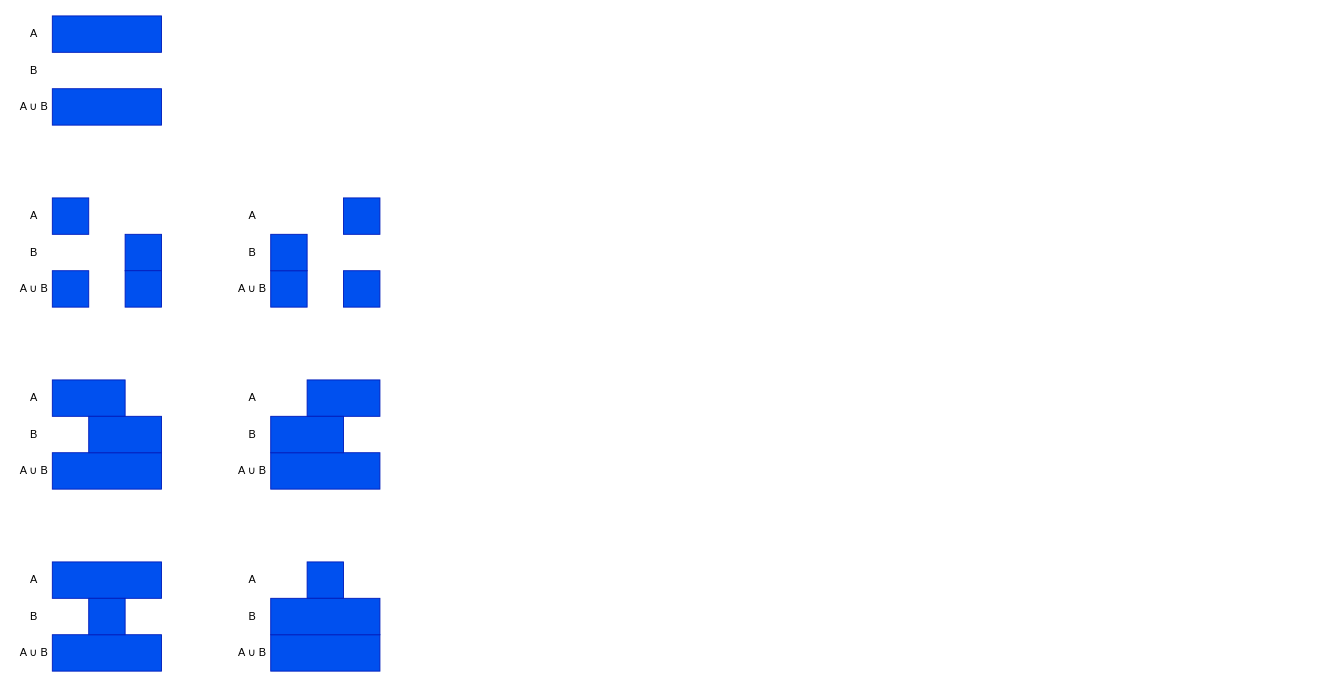
yolisses/time-constraints keeps this draw.io diagram as src/SimpleTimeInterval.drawio. Above is the earlier version. Source tidied: cells renumbered, new cells numbered last; positions are measured from the earlier drawing's top-left corner, leaving out a move shared by most shapes. Both pictures are drawn from the tidied source at 91%, with x=0, y=0 at pixel (-12, 15).
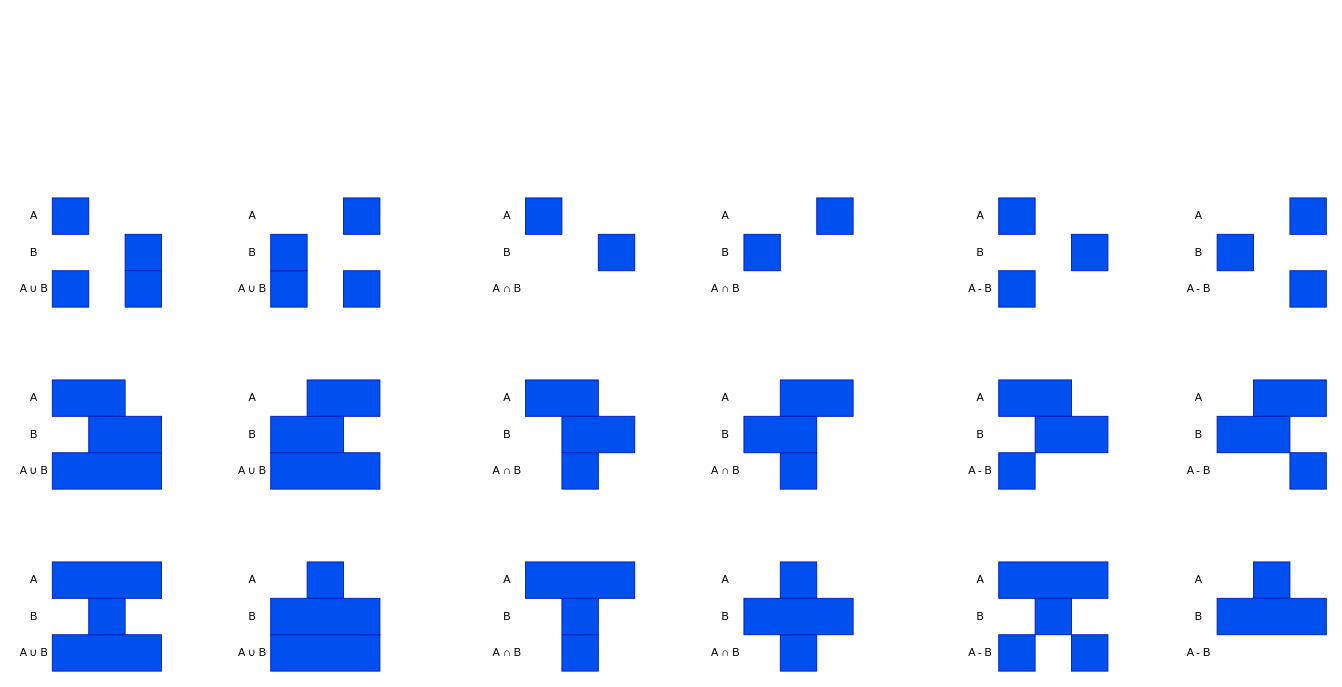
The same diagram, later.

What changed in the source:
```diff
@@
-    <mxCell id="2" style="rounded=0;whiteSpace=wrap;html=1;fillColor=#0050ef;fontColor=#ffffff;strokeColor=#001DBC;" parent="1" vertex="1">
-      <mxGeometry x="70" width="120" height="40" as="geometry" />
-    </mxCell>
@@
-    <mxCell id="4" value="A" style="text;html=1;align=center;verticalAlign=middle;whiteSpace=wrap;rounded=0;" parent="1" vertex="1">
-      <mxGeometry x="30" width="40" height="40" as="geometry" />
-    </mxCell>
-    <mxCell id="5" value="B" style="text;html=1;align=center;verticalAlign=middle;whiteSpace=wrap;rounded=0;" parent="1" vertex="1">
-      <mxGeometry x="30" y="40" width="40" height="40" as="geometry" />
-    </mxCell>
-    <mxCell id="6" value="A ∪ B" style="text;html=1;align=center;verticalAlign=middle;whiteSpace=wrap;rounded=0;" parent="1" vertex="1">
-      <mxGeometry x="30" y="80" width="40" height="40" as="geometry" />
-    </mxCell>
-    <mxCell id="7" style="rounded=0;whiteSpace=wrap;html=1;fillColor=#0050ef;fontColor=#ffffff;strokeColor=#001DBC;" parent="1" vertex="1">
-      <mxGeometry x="70" y="80" width="120" height="40" as="geometry" />
-    </mxCell>
@@
+    <mxCell id="46" style="rounded=0;whiteSpace=wrap;html=1;fillColor=#0050ef;fontColor=#ffffff;strokeColor=#001DBC;" parent="1" vertex="1">
+      <mxGeometry x="590" y="200" width="40" height="40" as="geometry" />
+    </mxCell>
+    <mxCell id="47" value="A" style="text;html=1;align=center;verticalAlign=middle;whiteSpace=wrap;rounded=0;" parent="1" vertex="1">
+      <mxGeometry x="550" y="200" width="40" height="40" as="geometry" />
+    </mxCell>
+    <mxCell id="48" value="B" style="text;html=1;align=center;verticalAlign=middle;whiteSpace=wrap;rounded=0;" parent="1" vertex="1">
+      <mxGeometry x="550" y="240" width="40" height="40" as="geometry" />
+    </mxCell>
+    <mxCell id="49" value="A&amp;nbsp;&lt;span style=&quot;background-color: transparent; color: light-dark(rgb(0, 0, 0), rgb(255, 255, 255));&quot;&gt;∩&amp;nbsp;&lt;/span&gt;&lt;span style=&quot;background-color: transparent; color: light-dark(rgb(0, 0, 0), rgb(255, 255, 255));&quot;&gt;B&lt;/span&gt;" style="text;html=1;align=center;verticalAlign=middle;whiteSpace=wrap;rounded=0;" parent="1" vertex="1">
+      <mxGeometry x="550" y="280" width="40" height="40" as="geometry" />
+    </mxCell>
+    <mxCell id="50" style="rounded=0;whiteSpace=wrap;html=1;fillColor=#0050ef;fontColor=#ffffff;strokeColor=#001DBC;" parent="1" vertex="1">
+      <mxGeometry x="670" y="240" width="40" height="40" as="geometry" />
+    </mxCell>
+    <mxCell id="51" style="rounded=0;whiteSpace=wrap;html=1;fillColor=#0050ef;fontColor=#ffffff;strokeColor=#001DBC;" parent="1" vertex="1">
+      <mxGeometry x="590" y="400" width="80" height="40" as="geometry" />
+    </mxCell>
+    <mxCell id="52" value="A" style="text;html=1;align=center;verticalAlign=middle;whiteSpace=wrap;rounded=0;" parent="1" vertex="1">
+      <mxGeometry x="550" y="400" width="40" height="40" as="geometry" />
+    </mxCell>
+    <mxCell id="53" value="B" style="text;html=1;align=center;verticalAlign=middle;whiteSpace=wrap;rounded=0;" parent="1" vertex="1">
+      <mxGeometry x="550" y="440" width="40" height="40" as="geometry" />
+    </mxCell>
+    <mxCell id="54" style="rounded=0;whiteSpace=wrap;html=1;fillColor=#0050ef;fontColor=#ffffff;strokeColor=#001DBC;" parent="1" vertex="1">
+      <mxGeometry x="630" y="480" width="40" height="40" as="geometry" />
+    </mxCell>
+    <mxCell id="55" style="rounded=0;whiteSpace=wrap;html=1;fillColor=#0050ef;fontColor=#ffffff;strokeColor=#001DBC;" parent="1" vertex="1">
+      <mxGeometry x="630" y="440" width="80" height="40" as="geometry" />
+    </mxCell>
+    <mxCell id="56" style="rounded=0;whiteSpace=wrap;html=1;fillColor=#0050ef;fontColor=#ffffff;strokeColor=#001DBC;" parent="1" vertex="1">
+      <mxGeometry x="590" y="600" width="120" height="40" as="geometry" />
+    </mxCell>
+    <mxCell id="57" value="A" style="text;html=1;align=center;verticalAlign=middle;whiteSpace=wrap;rounded=0;" parent="1" vertex="1">
+      <mxGeometry x="550" y="600" width="40" height="40" as="geometry" />
+    </mxCell>
+    <mxCell id="58" value="B" style="text;html=1;align=center;verticalAlign=middle;whiteSpace=wrap;rounded=0;" parent="1" vertex="1">
+      <mxGeometry x="550" y="640" width="40" height="40" as="geometry" />
+    </mxCell>
+    <mxCell id="59" style="rounded=0;whiteSpace=wrap;html=1;fillColor=#0050ef;fontColor=#ffffff;strokeColor=#001DBC;" parent="1" vertex="1">
+      <mxGeometry x="630" y="680" width="40" height="40" as="geometry" />
+    </mxCell>
+    <mxCell id="60" style="rounded=0;whiteSpace=wrap;html=1;fillColor=#0050ef;fontColor=#ffffff;strokeColor=#001DBC;" parent="1" vertex="1">
+      <mxGeometry x="630" y="640" width="40" height="40" as="geometry" />
+    </mxCell>
+    <mxCell id="61" style="rounded=0;whiteSpace=wrap;html=1;fillColor=#0050ef;fontColor=#ffffff;strokeColor=#001DBC;" parent="1" vertex="1">
+      <mxGeometry x="870" y="600" width="40" height="40" as="geometry" />
+    </mxCell>
+    <mxCell id="62" value="A" style="text;html=1;align=center;verticalAlign=middle;whiteSpace=wrap;rounded=0;" parent="1" vertex="1">
+      <mxGeometry x="790" y="600" width="40" height="40" as="geometry" />
+    </mxCell>
+    <mxCell id="63" value="B" style="text;html=1;align=center;verticalAlign=middle;whiteSpace=wrap;rounded=0;" parent="1" vertex="1">
+      <mxGeometry x="790" y="640" width="40" height="40" as="geometry" />
+    </mxCell>
+    <mxCell id="64" style="rounded=0;whiteSpace=wrap;html=1;fillColor=#0050ef;fontColor=#ffffff;strokeColor=#001DBC;" parent="1" vertex="1">
+      <mxGeometry x="870" y="680" width="40" height="40" as="geometry" />
+    </mxCell>
+    <mxCell id="65" style="rounded=0;whiteSpace=wrap;html=1;fillColor=#0050ef;fontColor=#ffffff;strokeColor=#001DBC;" parent="1" vertex="1">
+      <mxGeometry x="830" y="640" width="120" height="40" as="geometry" />
+    </mxCell>
+    <mxCell id="66" style="rounded=0;whiteSpace=wrap;html=1;fillColor=#0050ef;fontColor=#ffffff;strokeColor=#001DBC;" parent="1" vertex="1">
+      <mxGeometry x="870" y="400" width="80" height="40" as="geometry" />
+    </mxCell>
+    <mxCell id="67" value="A" style="text;html=1;align=center;verticalAlign=middle;whiteSpace=wrap;rounded=0;" parent="1" vertex="1">
+      <mxGeometry x="790" y="400" width="40" height="40" as="geometry" />
+    </mxCell>
+    <mxCell id="68" value="B" style="text;html=1;align=center;verticalAlign=middle;whiteSpace=wrap;rounded=0;" parent="1" vertex="1">
+      <mxGeometry x="790" y="440" width="40" height="40" as="geometry" />
+    </mxCell>
+    <mxCell id="69" style="rounded=0;whiteSpace=wrap;html=1;fillColor=#0050ef;fontColor=#ffffff;strokeColor=#001DBC;" parent="1" vertex="1">
+      <mxGeometry x="870" y="480" width="40" height="40" as="geometry" />
+    </mxCell>
+    <mxCell id="70" style="rounded=0;whiteSpace=wrap;html=1;fillColor=#0050ef;fontColor=#ffffff;strokeColor=#001DBC;" parent="1" vertex="1">
+      <mxGeometry x="830" y="440" width="80" height="40" as="geometry" />
+    </mxCell>
+    <mxCell id="71" style="rounded=0;whiteSpace=wrap;html=1;fillColor=#0050ef;fontColor=#ffffff;strokeColor=#001DBC;" parent="1" vertex="1">
+      <mxGeometry x="910" y="200" width="40" height="40" as="geometry" />
+    </mxCell>
+    <mxCell id="72" value="A" style="text;html=1;align=center;verticalAlign=middle;whiteSpace=wrap;rounded=0;" parent="1" vertex="1">
+      <mxGeometry x="790" y="200" width="40" height="40" as="geometry" />
+    </mxCell>
+    <mxCell id="73" value="B" style="text;html=1;align=center;verticalAlign=middle;whiteSpace=wrap;rounded=0;" parent="1" vertex="1">
+      <mxGeometry x="790" y="240" width="40" height="40" as="geometry" />
+    </mxCell>
+    <mxCell id="74" style="rounded=0;whiteSpace=wrap;html=1;fillColor=#0050ef;fontColor=#ffffff;strokeColor=#001DBC;" parent="1" vertex="1">
+      <mxGeometry x="830" y="240" width="40" height="40" as="geometry" />
+    </mxCell>
+    <mxCell id="75" value="A&amp;nbsp;&lt;span style=&quot;background-color: transparent; color: light-dark(rgb(0, 0, 0), rgb(255, 255, 255));&quot;&gt;∩&amp;nbsp;&lt;/span&gt;&lt;span style=&quot;background-color: transparent; color: light-dark(rgb(0, 0, 0), rgb(255, 255, 255));&quot;&gt;B&lt;/span&gt;" style="text;html=1;align=center;verticalAlign=middle;whiteSpace=wrap;rounded=0;" parent="1" vertex="1">
+      <mxGeometry x="790" y="280" width="40" height="40" as="geometry" />
+    </mxCell>
+    <mxCell id="76" value="A&amp;nbsp;&lt;span style=&quot;background-color: transparent; color: light-dark(rgb(0, 0, 0), rgb(255, 255, 255));&quot;&gt;∩&amp;nbsp;&lt;/span&gt;&lt;span style=&quot;background-color: transparent; color: light-dark(rgb(0, 0, 0), rgb(255, 255, 255));&quot;&gt;B&lt;/span&gt;" style="text;html=1;align=center;verticalAlign=middle;whiteSpace=wrap;rounded=0;" parent="1" vertex="1">
+      <mxGeometry x="550" y="480" width="40" height="40" as="geometry" />
+    </mxCell>
+    <mxCell id="77" value="A&amp;nbsp;&lt;span style=&quot;background-color: transparent; color: light-dark(rgb(0, 0, 0), rgb(255, 255, 255));&quot;&gt;∩&amp;nbsp;&lt;/span&gt;&lt;span style=&quot;background-color: transparent; color: light-dark(rgb(0, 0, 0), rgb(255, 255, 255));&quot;&gt;B&lt;/span&gt;" style="text;html=1;align=center;verticalAlign=middle;whiteSpace=wrap;rounded=0;" parent="1" vertex="1">
+      <mxGeometry x="790" y="480" width="40" height="40" as="geometry" />
+    </mxCell>
+    <mxCell id="78" value="A&amp;nbsp;&lt;span style=&quot;background-color: transparent; color: light-dark(rgb(0, 0, 0), rgb(255, 255, 255));&quot;&gt;∩&amp;nbsp;&lt;/span&gt;&lt;span style=&quot;background-color: transparent; color: light-dark(rgb(0, 0, 0), rgb(255, 255, 255));&quot;&gt;B&lt;/span&gt;" style="text;html=1;align=center;verticalAlign=middle;whiteSpace=wrap;rounded=0;" parent="1" vertex="1">
+      <mxGeometry x="550" y="680" width="40" height="40" as="geometry" />
+    </mxCell>
+    <mxCell id="79" value="A&amp;nbsp;&lt;span style=&quot;background-color: transparent; color: light-dark(rgb(0, 0, 0), rgb(255, 255, 255));&quot;&gt;∩&amp;nbsp;&lt;/span&gt;&lt;span style=&quot;background-color: transparent; color: light-dark(rgb(0, 0, 0), rgb(255, 255, 255));&quot;&gt;B&lt;/span&gt;" style="text;html=1;align=center;verticalAlign=middle;whiteSpace=wrap;rounded=0;" parent="1" vertex="1">
+      <mxGeometry x="790" y="680" width="40" height="40" as="geometry" />
+    </mxCell>
+    <mxCell id="80" style="rounded=0;whiteSpace=wrap;html=1;fillColor=#0050ef;fontColor=#ffffff;strokeColor=#001DBC;" parent="1" vertex="1">
+      <mxGeometry x="1110" y="200" width="40" height="40" as="geometry" />
+    </mxCell>
+    <mxCell id="81" value="A" style="text;html=1;align=center;verticalAlign=middle;whiteSpace=wrap;rounded=0;" parent="1" vertex="1">
+      <mxGeometry x="1070" y="200" width="40" height="40" as="geometry" />
+    </mxCell>
+    <mxCell id="82" value="B" style="text;html=1;align=center;verticalAlign=middle;whiteSpace=wrap;rounded=0;" parent="1" vertex="1">
+      <mxGeometry x="1070" y="240" width="40" height="40" as="geometry" />
+    </mxCell>
+    <mxCell id="83" style="rounded=0;whiteSpace=wrap;html=1;fillColor=#0050ef;fontColor=#ffffff;strokeColor=#001DBC;" parent="1" vertex="1">
+      <mxGeometry x="1190" y="240" width="40" height="40" as="geometry" />
+    </mxCell>
+    <mxCell id="84" style="rounded=0;whiteSpace=wrap;html=1;fillColor=#0050ef;fontColor=#ffffff;strokeColor=#001DBC;" parent="1" vertex="1">
+      <mxGeometry x="1110" y="400" width="80" height="40" as="geometry" />
+    </mxCell>
+    <mxCell id="85" value="A" style="text;html=1;align=center;verticalAlign=middle;whiteSpace=wrap;rounded=0;" parent="1" vertex="1">
+      <mxGeometry x="1070" y="400" width="40" height="40" as="geometry" />
+    </mxCell>
+    <mxCell id="86" value="B" style="text;html=1;align=center;verticalAlign=middle;whiteSpace=wrap;rounded=0;" parent="1" vertex="1">
+      <mxGeometry x="1070" y="440" width="40" height="40" as="geometry" />
+    </mxCell>
+    <mxCell id="87" style="rounded=0;whiteSpace=wrap;html=1;fillColor=#0050ef;fontColor=#ffffff;strokeColor=#001DBC;" parent="1" vertex="1">
+      <mxGeometry x="1110" y="480" width="40" height="40" as="geometry" />
+    </mxCell>
+    <mxCell id="88" style="rounded=0;whiteSpace=wrap;html=1;fillColor=#0050ef;fontColor=#ffffff;strokeColor=#001DBC;" parent="1" vertex="1">
+      <mxGeometry x="1150" y="440" width="80" height="40" as="geometry" />
+    </mxCell>
+    <mxCell id="89" style="rounded=0;whiteSpace=wrap;html=1;fillColor=#0050ef;fontColor=#ffffff;strokeColor=#001DBC;" parent="1" vertex="1">
+      <mxGeometry x="1110" y="600" width="120" height="40" as="geometry" />
+    </mxCell>
+    <mxCell id="90" value="A" style="text;html=1;align=center;verticalAlign=middle;whiteSpace=wrap;rounded=0;" parent="1" vertex="1">
+      <mxGeometry x="1070" y="600" width="40" height="40" as="geometry" />
+    </mxCell>
+    <mxCell id="91" value="B" style="text;html=1;align=center;verticalAlign=middle;whiteSpace=wrap;rounded=0;" parent="1" vertex="1">
+      <mxGeometry x="1070" y="640" width="40" height="40" as="geometry" />
+    </mxCell>
+    <mxCell id="92" style="rounded=0;whiteSpace=wrap;html=1;fillColor=#0050ef;fontColor=#ffffff;strokeColor=#001DBC;" parent="1" vertex="1">
+      <mxGeometry x="1110" y="680" width="40" height="40" as="geometry" />
+    </mxCell>
+    <mxCell id="93" style="rounded=0;whiteSpace=wrap;html=1;fillColor=#0050ef;fontColor=#ffffff;strokeColor=#001DBC;" parent="1" vertex="1">
+      <mxGeometry x="1150" y="640" width="40" height="40" as="geometry" />
+    </mxCell>
+    <mxCell id="94" style="rounded=0;whiteSpace=wrap;html=1;fillColor=#0050ef;fontColor=#ffffff;strokeColor=#001DBC;" parent="1" vertex="1">
+      <mxGeometry x="1390" y="600" width="40" height="40" as="geometry" />
+    </mxCell>
+    <mxCell id="95" value="A" style="text;html=1;align=center;verticalAlign=middle;whiteSpace=wrap;rounded=0;" parent="1" vertex="1">
+      <mxGeometry x="1310" y="600" width="40" height="40" as="geometry" />
+    </mxCell>
+    <mxCell id="96" value="B" style="text;html=1;align=center;verticalAlign=middle;whiteSpace=wrap;rounded=0;" parent="1" vertex="1">
+      <mxGeometry x="1310" y="640" width="40" height="40" as="geometry" />
+    </mxCell>
+    <mxCell id="97" style="rounded=0;whiteSpace=wrap;html=1;fillColor=#0050ef;fontColor=#ffffff;strokeColor=#001DBC;" parent="1" vertex="1">
+      <mxGeometry x="1350" y="640" width="120" height="40" as="geometry" />
+    </mxCell>
+    <mxCell id="98" style="rounded=0;whiteSpace=wrap;html=1;fillColor=#0050ef;fontColor=#ffffff;strokeColor=#001DBC;" parent="1" vertex="1">
+      <mxGeometry x="1390" y="400" width="80" height="40" as="geometry" />
+    </mxCell>
+    <mxCell id="99" value="A" style="text;html=1;align=center;verticalAlign=middle;whiteSpace=wrap;rounded=0;" parent="1" vertex="1">
+      <mxGeometry x="1310" y="400" width="40" height="40" as="geometry" />
+    </mxCell>
+    <mxCell id="100" value="B" style="text;html=1;align=center;verticalAlign=middle;whiteSpace=wrap;rounded=0;" parent="1" vertex="1">
+      <mxGeometry x="1310" y="440" width="40" height="40" as="geometry" />
+    </mxCell>
+    <mxCell id="101" style="rounded=0;whiteSpace=wrap;html=1;fillColor=#0050ef;fontColor=#ffffff;strokeColor=#001DBC;" parent="1" vertex="1">
+      <mxGeometry x="1430" y="480" width="40" height="40" as="geometry" />
+    </mxCell>
+    <mxCell id="102" style="rounded=0;whiteSpace=wrap;html=1;fillColor=#0050ef;fontColor=#ffffff;strokeColor=#001DBC;" parent="1" vertex="1">
+      <mxGeometry x="1350" y="440" width="80" height="40" as="geometry" />
+    </mxCell>
+    <mxCell id="103" style="rounded=0;whiteSpace=wrap;html=1;fillColor=#0050ef;fontColor=#ffffff;strokeColor=#001DBC;" parent="1" vertex="1">
+      <mxGeometry x="1430" y="200" width="40" height="40" as="geometry" />
+    </mxCell>
+    <mxCell id="104" value="A" style="text;html=1;align=center;verticalAlign=middle;whiteSpace=wrap;rounded=0;" parent="1" vertex="1">
+      <mxGeometry x="1310" y="200" width="40" height="40" as="geometry" />
+    </mxCell>
+    <mxCell id="105" value="B" style="text;html=1;align=center;verticalAlign=middle;whiteSpace=wrap;rounded=0;" parent="1" vertex="1">
+      <mxGeometry x="1310" y="240" width="40" height="40" as="geometry" />
+    </mxCell>
+    <mxCell id="106" style="rounded=0;whiteSpace=wrap;html=1;fillColor=#0050ef;fontColor=#ffffff;strokeColor=#001DBC;" parent="1" vertex="1">
+      <mxGeometry x="1350" y="240" width="40" height="40" as="geometry" />
+    </mxCell>
+    <mxCell id="107" value="A -&amp;nbsp;&lt;span style=&quot;background-color: transparent; color: light-dark(rgb(0, 0, 0), rgb(255, 255, 255));&quot;&gt;B&lt;/span&gt;" style="text;html=1;align=center;verticalAlign=middle;whiteSpace=wrap;rounded=0;" parent="1" vertex="1">
+      <mxGeometry x="1310" y="280" width="40" height="40" as="geometry" />
+    </mxCell>
+    <mxCell id="108" value="A -&amp;nbsp;&lt;span style=&quot;background-color: transparent; color: light-dark(rgb(0, 0, 0), rgb(255, 255, 255));&quot;&gt;B&lt;/span&gt;" style="text;html=1;align=center;verticalAlign=middle;whiteSpace=wrap;rounded=0;" parent="1" vertex="1">
+      <mxGeometry x="1070" y="280" width="40" height="40" as="geometry" />
+    </mxCell>
+    <mxCell id="109" value="A -&amp;nbsp;&lt;span style=&quot;background-color: transparent; color: light-dark(rgb(0, 0, 0), rgb(255, 255, 255));&quot;&gt;B&lt;/span&gt;" style="text;html=1;align=center;verticalAlign=middle;whiteSpace=wrap;rounded=0;" parent="1" vertex="1">
+      <mxGeometry x="1070" y="480" width="40" height="40" as="geometry" />
+    </mxCell>
+    <mxCell id="110" value="A -&amp;nbsp;&lt;span style=&quot;background-color: transparent; color: light-dark(rgb(0, 0, 0), rgb(255, 255, 255));&quot;&gt;B&lt;/span&gt;" style="text;html=1;align=center;verticalAlign=middle;whiteSpace=wrap;rounded=0;" parent="1" vertex="1">
+      <mxGeometry x="1070" y="680" width="40" height="40" as="geometry" />
+    </mxCell>
+    <mxCell id="111" value="A -&amp;nbsp;&lt;span style=&quot;background-color: transparent; color: light-dark(rgb(0, 0, 0), rgb(255, 255, 255));&quot;&gt;B&lt;/span&gt;" style="text;html=1;align=center;verticalAlign=middle;whiteSpace=wrap;rounded=0;" parent="1" vertex="1">
+      <mxGeometry x="1310" y="480" width="40" height="40" as="geometry" />
+    </mxCell>
+    <mxCell id="112" value="A -&amp;nbsp;&lt;span style=&quot;background-color: transparent; color: light-dark(rgb(0, 0, 0), rgb(255, 255, 255));&quot;&gt;B&lt;/span&gt;" style="text;html=1;align=center;verticalAlign=middle;whiteSpace=wrap;rounded=0;" parent="1" vertex="1">
+      <mxGeometry x="1310" y="680" width="40" height="40" as="geometry" />
+    </mxCell>
+    <mxCell id="113" style="rounded=0;whiteSpace=wrap;html=1;fillColor=#0050ef;fontColor=#ffffff;strokeColor=#001DBC;" parent="1" vertex="1">
+      <mxGeometry x="1110" y="280" width="40" height="40" as="geometry" />
+    </mxCell>
+    <mxCell id="114" style="rounded=0;whiteSpace=wrap;html=1;fillColor=#0050ef;fontColor=#ffffff;strokeColor=#001DBC;" parent="1" vertex="1">
+      <mxGeometry x="1430" y="280" width="40" height="40" as="geometry" />
+    </mxCell>
+    <mxCell id="115" style="rounded=0;whiteSpace=wrap;html=1;fillColor=#0050ef;fontColor=#ffffff;strokeColor=#001DBC;" parent="1" vertex="1">
+      <mxGeometry x="1190" y="680" width="40" height="40" as="geometry" />
+    </mxCell>
```
